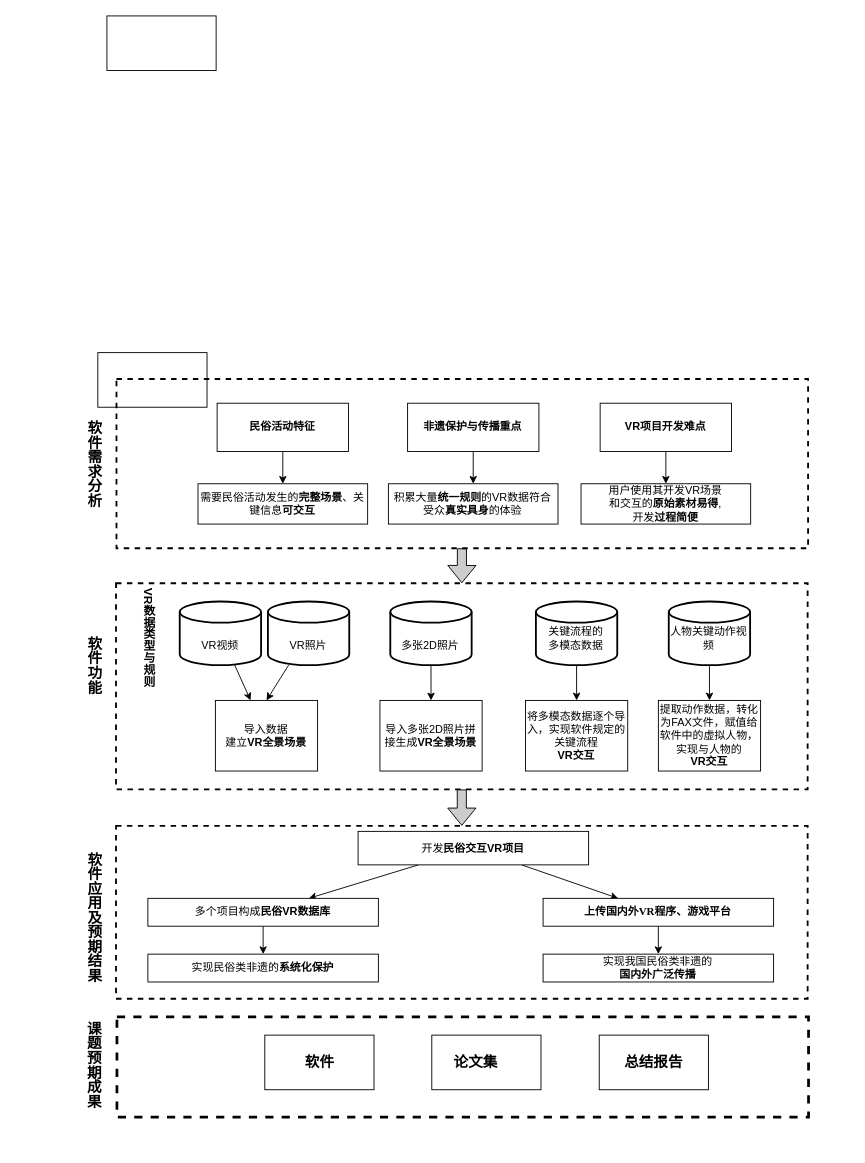
Earlier version of the draw.io diagram guangzi2.drawio (Ajiandcircle/test). Source tidied: cells renumbered, new cells numbered last; positions are measured from the earlier drawing's top-left corner, leaving out a move shared by most shapes. Both pictures are drawn from the tidied source at 91%, with x=0, y=0 at pixel (15, 15).
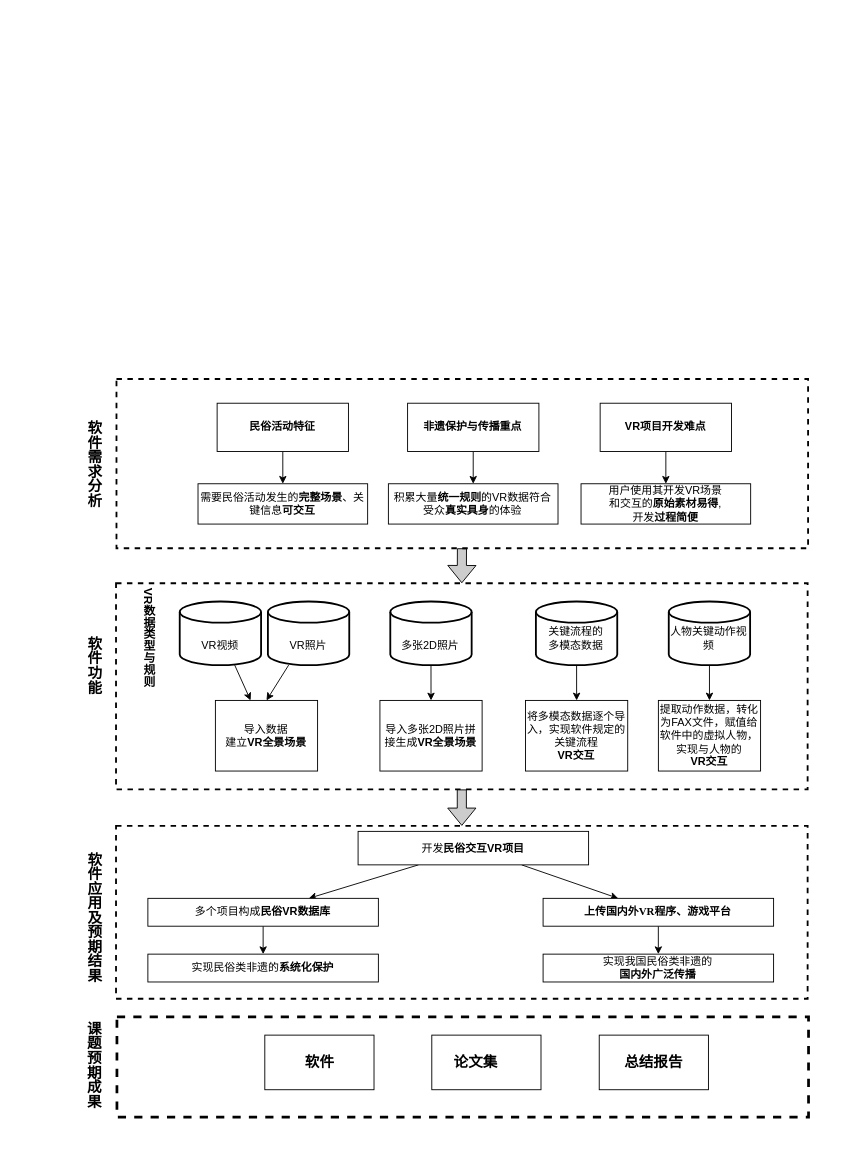
After the change.

Diff of the diagram source:
```diff
@@
-    <mxCell id="6" style="whiteSpace=wrap;html=1;" parent="1" vertex="1">
-      <mxGeometry x="100" width="120" height="60" as="geometry" />
-    </mxCell>
-    <mxCell id="7" style="whiteSpace=wrap;html=1;" parent="1" vertex="1">
-      <mxGeometry x="90" y="370" width="120" height="60" as="geometry" />
-    </mxCell>
```
